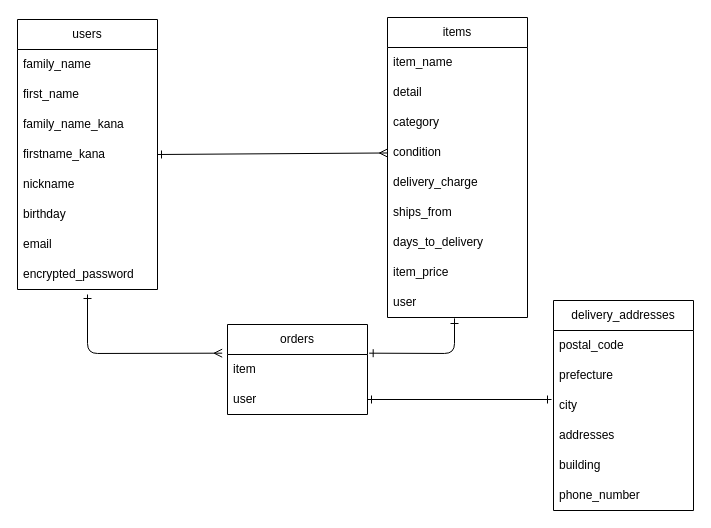
The draw.io diagram page "Page-1" (1 of 2) of furima.dio in MAYUMITAKEDA/furima-38838, before the edit. Source tidied: cells renumbered, new cells numbered last; positions are measured from the earlier drawing's top-left corner, leaving out a move shared by most shapes. Both pictures are drawn from the tidied source at 100%, with x=0, y=0 at pixel (17, 17).
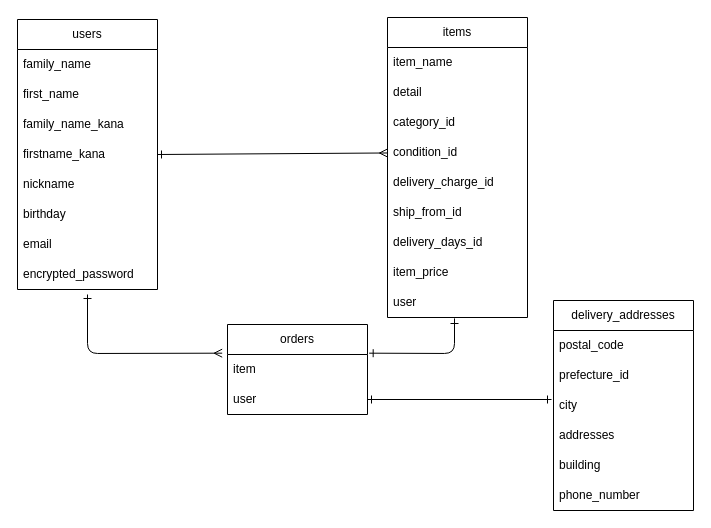
The same diagram, later.

Commit message (it also covers changes not shown here):
データベース設計図の修正（カラム追加・型修正）

Unchanged cells that the change refers to:
```xml
<mxCell id="12" value="items" style="swimlane;fontStyle=0;horizontal=1;startSize=30;whiteSpace=wrap;html=1;" parent="1" vertex="1">
  <mxGeometry x="370" width="140" height="300" as="geometry" />
</mxCell>
<mxCell id="26" value="delivery_addresses" style="swimlane;fontStyle=0;horizontal=1;startSize=30;whiteSpace=wrap;html=1;" parent="1" vertex="1">
  <mxGeometry x="536" y="283" width="140" height="210" as="geometry" />
</mxCell>
```

The edit, as a diff of the source:
```diff
@@
-    <mxCell id="15" value="category" style="text;strokeColor=none;fillColor=none;align=left;verticalAlign=middle;spacingLeft=4;spacingRight=4;overflow=hidden;whiteSpace=wrap;html=1;" parent="12" vertex="1">
+    <mxCell id="15" value="category_id" style="text;strokeColor=none;fillColor=none;align=left;verticalAlign=middle;spacingLeft=4;spacingRight=4;overflow=hidden;whiteSpace=wrap;html=1;" parent="12" vertex="1">
       <mxGeometry y="90" width="140" height="30" as="geometry" />
     </mxCell>
-    <mxCell id="16" value="condition" style="text;strokeColor=none;fillColor=none;align=left;verticalAlign=middle;spacingLeft=4;spacingRight=4;overflow=hidden;points=[[0,0.5],[1,0.5]];portConstraint=eastwest;whiteSpace=wrap;html=1;" parent="12" vertex="1">
+    <mxCell id="16" value="condition_id" style="text;strokeColor=none;fillColor=none;align=left;verticalAlign=middle;spacingLeft=4;spacingRight=4;overflow=hidden;points=[[0,0.5],[1,0.5]];portConstraint=eastwest;whiteSpace=wrap;html=1;" parent="12" vertex="1">
       <mxGeometry y="120" width="140" height="30" as="geometry" />
     </mxCell>
-    <mxCell id="17" value="delivery_charge" style="text;strokeColor=none;fillColor=none;align=left;verticalAlign=middle;spacingLeft=4;spacingRight=4;overflow=hidden;whiteSpace=wrap;html=1;" parent="12" vertex="1">
+    <mxCell id="17" value="delivery_charge_id" style="text;strokeColor=none;fillColor=none;align=left;verticalAlign=middle;spacingLeft=4;spacingRight=4;overflow=hidden;whiteSpace=wrap;html=1;" parent="12" vertex="1">
       <mxGeometry y="150" width="140" height="30" as="geometry" />
     </mxCell>
-    <mxCell id="18" value="ships_from" style="text;strokeColor=none;fillColor=none;align=left;verticalAlign=middle;spacingLeft=4;spacingRight=4;overflow=hidden;whiteSpace=wrap;html=1;" parent="12" vertex="1">
+    <mxCell id="18" value="ship_from_id" style="text;strokeColor=none;fillColor=none;align=left;verticalAlign=middle;spacingLeft=4;spacingRight=4;overflow=hidden;whiteSpace=wrap;html=1;" parent="12" vertex="1">
       <mxGeometry y="180" width="140" height="30" as="geometry" />
     </mxCell>
-    <mxCell id="19" value="days_to_delivery" style="text;strokeColor=none;fillColor=none;align=left;verticalAlign=middle;spacingLeft=4;spacingRight=4;overflow=hidden;whiteSpace=wrap;html=1;" parent="12" vertex="1">
+    <mxCell id="19" value="delivery_days_id" style="text;strokeColor=none;fillColor=none;align=left;verticalAlign=middle;spacingLeft=4;spacingRight=4;overflow=hidden;whiteSpace=wrap;html=1;" parent="12" vertex="1">
       <mxGeometry y="210" width="140" height="30" as="geometry" />
     </mxCell>
@@
-    <mxCell id="28" value="prefecture" style="text;strokeColor=none;fillColor=none;align=left;verticalAlign=middle;spacingLeft=4;spacingRight=4;overflow=hidden;whiteSpace=wrap;html=1;" parent="26" vertex="1">
+    <mxCell id="28" value="prefecture_id" style="text;strokeColor=none;fillColor=none;align=left;verticalAlign=middle;spacingLeft=4;spacingRight=4;overflow=hidden;whiteSpace=wrap;html=1;" parent="26" vertex="1">
       <mxGeometry y="60" width="140" height="30" as="geometry" />
     </mxCell>
```
